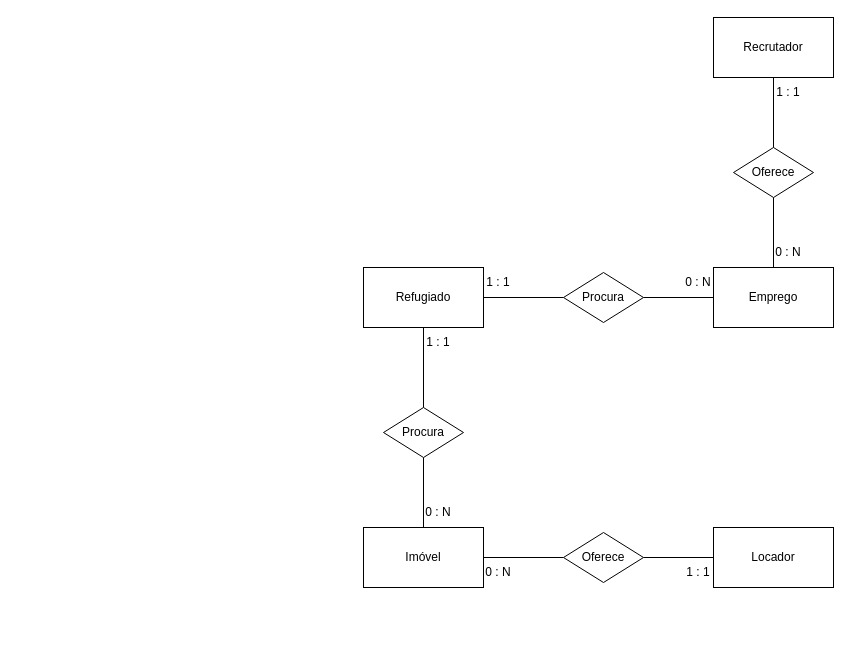
This is Modelo conceitual/Conceitual.drawio from eliferretti/Diagamas_Proj_Refugiados, a draw.io file, before an edit. Source tidied: cells renumbered, new cells numbered last; positions are measured from the earlier drawing's top-left corner, leaving out a move shared by most shapes. Both pictures are drawn from the tidied source at 100%, with x=0, y=0 at pixel (363, 17).
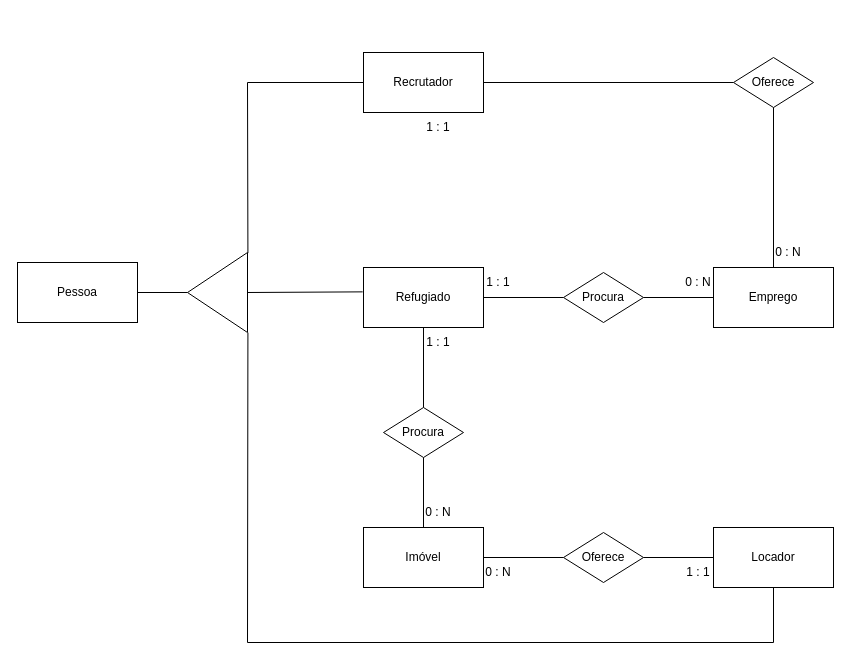
The same page after the edit.

Commit message (it also covers changes not shown here):
Segundo commit com uma nove versão conceitual

The change refers to these unchanged cells:
```xml
<mxCell id="15" value="Refugiado" style="rounded=0;whiteSpace=wrap;html=1;" parent="14" vertex="1">
  <mxGeometry width="120" height="60" as="geometry" />
</mxCell>
<mxCell id="23" value="Locador" style="rounded=0;whiteSpace=wrap;html=1;" parent="22" vertex="1">
  <mxGeometry x="30" width="120" height="60" as="geometry" />
</mxCell>
<mxCell id="30" value="Recrutador" style="rounded=0;whiteSpace=wrap;html=1;" parent="29" vertex="1">
  <mxGeometry width="120" height="60" as="geometry" />
</mxCell>
```

Diff of the diagram source:
```diff
@@
     <mxCell id="3" value="Oferece" style="rhombus;whiteSpace=wrap;html=1;" parent="1" vertex="1">
-      <mxGeometry x="370" y="130" width="80" height="50" as="geometry" />
+      <mxGeometry x="370" y="40" width="80" height="50" as="geometry" />
     </mxCell>
@@
-    <mxCell id="8" style="endArrow=none;html=1;rounded=0;exitX=0.5;exitY=1;exitDx=0;exitDy=0;entryX=0.5;entryY=0;entryDx=0;entryDy=0;" parent="1" edge="1" source="30" target="3">
+    <mxCell id="8" style="endArrow=none;html=1;rounded=0;exitX=1;exitY=0.5;exitDx=0;exitDy=0;entryX=0;entryY=0.5;entryDx=0;entryDy=0;" parent="1" edge="1" source="30" target="3">
       <mxGeometry relative="1" as="geometry" />
     </mxCell>
@@
     <mxCell id="29" style="group;" parent="1" vertex="1">
-      <mxGeometry x="350" width="120" height="90" as="geometry" />
+      <mxGeometry y="35" width="120" height="90" as="geometry" />
     </mxCell>
@@
+    <mxCell id="32" value="Pessoa" style="rounded=0;whiteSpace=wrap;html=1;" parent="1" vertex="1">
+      <mxGeometry x="-346" y="245" width="120" height="60" as="geometry" />
+    </mxCell>
+    <mxCell id="33" style="endArrow=none;html=1;rounded=0;exitX=1;exitY=0.5;exitDx=0;exitDy=0;entryX=1;entryY=0.5;entryDx=0;entryDy=0;" parent="1" edge="1" source="32" target="37">
+      <mxGeometry relative="1" as="geometry" />
+    </mxCell>
+    <mxCell id="34" style="endArrow=none;html=1;rounded=0;entryX=-0.007;entryY=0.406;entryDx=0;entryDy=0;entryPerimeter=0;exitX=0;exitY=0.5;exitDx=0;exitDy=0;" parent="1" edge="1" source="37" target="15">
+      <mxGeometry relative="1" as="geometry" />
+    </mxCell>
+    <mxCell id="35" style="endArrow=none;html=1;rounded=0;entryX=0;entryY=0.5;entryDx=0;entryDy=0;exitX=-0.007;exitY=0.993;exitDx=0;exitDy=0;exitPerimeter=0;" parent="1" edge="1" source="37" target="30">
+      <mxGeometry relative="1" as="geometry">
+        <Array as="points">
+          <mxPoint x="-116" y="65" />
+        </Array>
+      </mxGeometry>
+    </mxCell>
+    <mxCell id="36" style="endArrow=none;html=1;rounded=0;entryX=0.5;entryY=1;entryDx=0;entryDy=0;exitX=-0.007;exitY=-0.002;exitDx=0;exitDy=0;exitPerimeter=0;" parent="1" edge="1" source="37" target="23">
+      <mxGeometry relative="1" as="geometry">
+        <Array as="points">
+          <mxPoint x="-116" y="625" />
+          <mxPoint x="410" y="625" />
+        </Array>
+      </mxGeometry>
+    </mxCell>
+    <mxCell id="37" style="triangle;whiteSpace=wrap;html=1;rotation=-180;" parent="1" vertex="1">
+      <mxGeometry x="-176" y="235" width="60" height="80" as="geometry" />
+    </mxCell>
```
